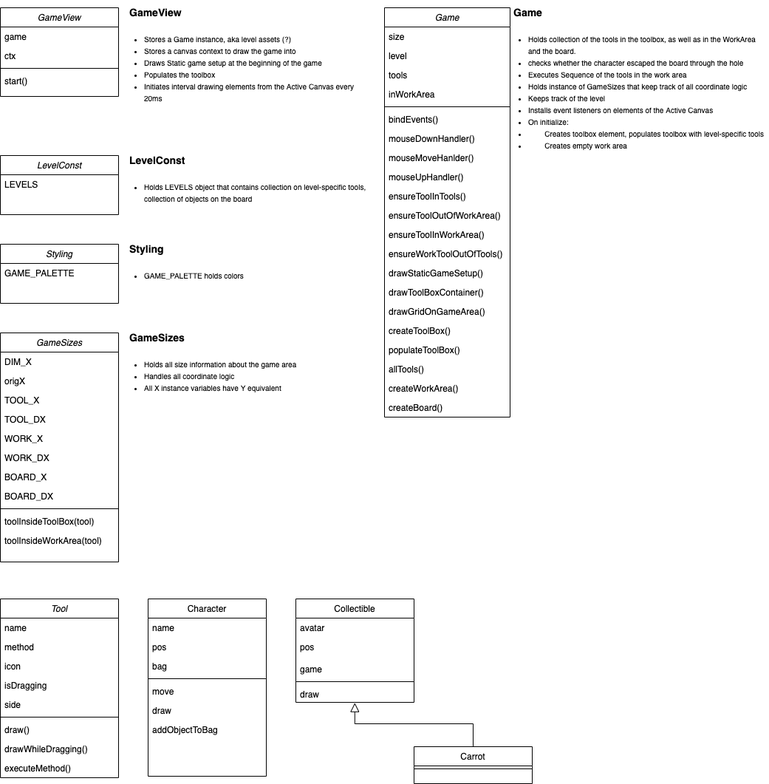
The draw.io diagram design/who_stole_the_apple_class_structure.drawio.png in mariavaghani/who_stole_the_apple, before a commit. Source tidied: cells renumbered, new cells last; positions are measured from the earlier drawing's top-left corner, leaving out a move shared by most shapes.
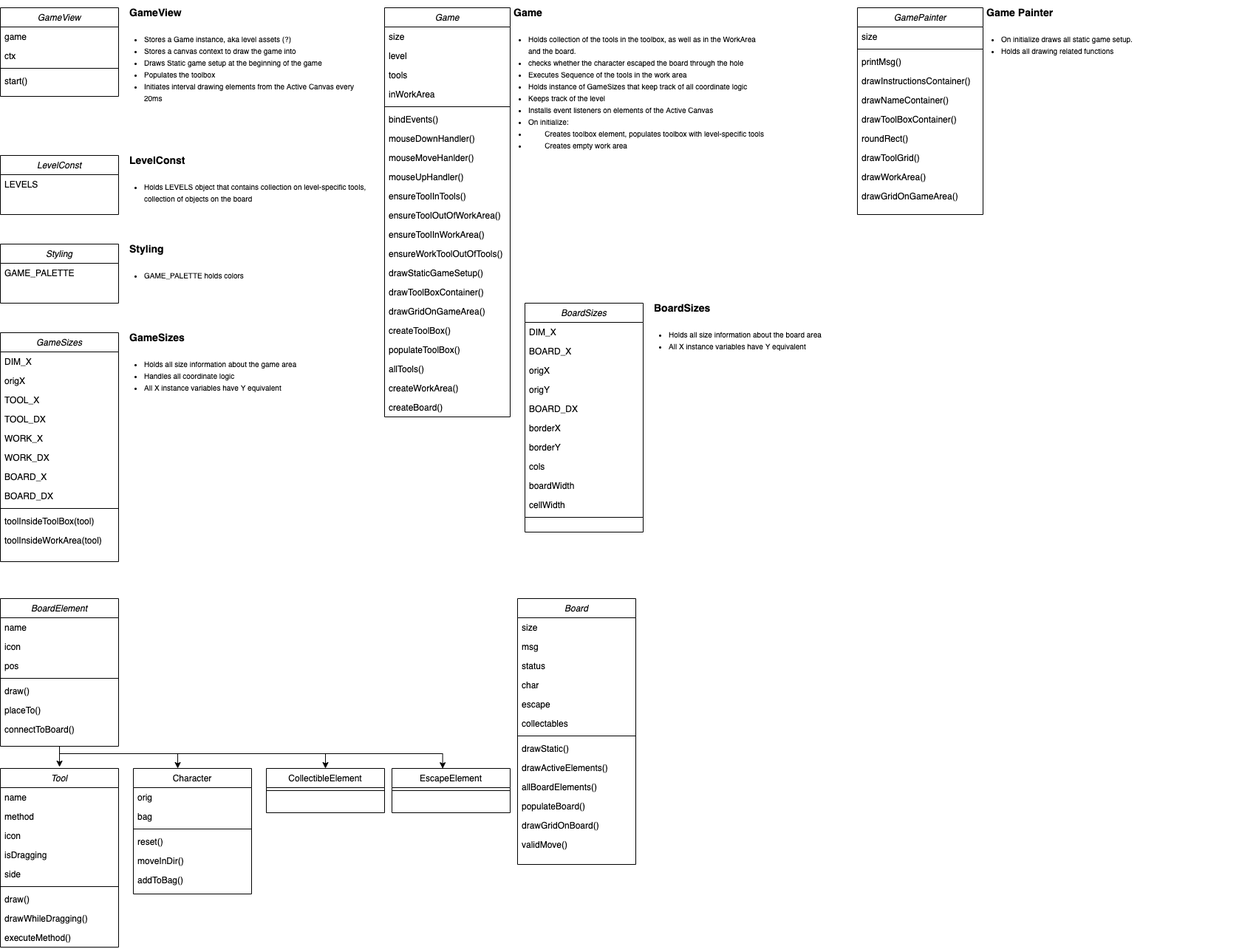
The same diagram one commit later.

Diff of the diagram source:
```diff
@@ -5,27 +5,24 @@
     <mxCell id="2" value="Character" style="swimlane;fontStyle=0;align=center;verticalAlign=top;horizontal=1;startSize=26;rounded=0;shadow=0;strokeWidth=1;" parent="1" vertex="1">
-      <mxGeometry x="200" y="800" width="160" height="240" as="geometry" />
+      <mxGeometry x="180" y="1030" width="160" height="170" as="geometry" />
     </mxCell>
-    <mxCell id="3" value="name" style="text;align=left;verticalAlign=top;spacingLeft=4;spacingRight=4;overflow=hidden;" parent="2" vertex="1">
+    <mxCell id="3" value="orig" style="text;align=left;verticalAlign=top;spacingLeft=4;spacingRight=4;overflow=hidden;" parent="2" vertex="1">
       <mxGeometry y="26" width="160" height="26" as="geometry" />
     </mxCell>
-    <mxCell id="4" value="pos" style="text;align=left;verticalAlign=top;spacingLeft=4;spacingRight=4;overflow=hidden;rounded=0;shadow=0;html=0;" parent="2" vertex="1">
-      <mxGeometry y="52" width="160" height="26" as="geometry" />
-    </mxCell>
     <mxCell id="5" value="bag" style="text;align=left;verticalAlign=top;spacingLeft=4;spacingRight=4;overflow=hidden;rounded=0;shadow=0;html=0;" parent="2" vertex="1">
-      <mxGeometry y="78" width="160" height="26" as="geometry" />
+      <mxGeometry y="52" width="160" height="26" as="geometry" />
     </mxCell>
     <mxCell id="6" style="line;html=1;strokeWidth=1;align=left;verticalAlign=middle;spacingTop=-1;spacingLeft=3;spacingRight=3;labelPosition=right;" parent="2" vertex="1">
-      <mxGeometry y="104" width="160" height="8" as="geometry" />
+      <mxGeometry y="78" width="160" height="8" as="geometry" />
     </mxCell>
-    <mxCell id="7" value="move" style="text;align=left;verticalAlign=top;spacingLeft=4;spacingRight=4;overflow=hidden;" parent="2" vertex="1">
-      <mxGeometry y="112" width="160" height="26" as="geometry" />
+    <mxCell id="7" value="reset()" style="text;align=left;verticalAlign=top;spacingLeft=4;spacingRight=4;overflow=hidden;" parent="2" vertex="1">
+      <mxGeometry y="86" width="160" height="26" as="geometry" />
     </mxCell>
-    <mxCell id="8" value="draw" style="text;align=left;verticalAlign=top;spacingLeft=4;spacingRight=4;overflow=hidden;" parent="2" vertex="1">
-      <mxGeometry y="138" width="160" height="26" as="geometry" />
+    <mxCell id="8" value="moveInDir()" style="text;align=left;verticalAlign=top;spacingLeft=4;spacingRight=4;overflow=hidden;" parent="2" vertex="1">
+      <mxGeometry y="112" width="160" height="26" as="geometry" />
     </mxCell>
-    <mxCell id="9" value="addObjectToBag" style="text;align=left;verticalAlign=top;spacingLeft=4;spacingRight=4;overflow=hidden;" parent="2" vertex="1">
-      <mxGeometry y="164" width="160" height="26" as="geometry" />
+    <mxCell id="9" value="addToBag()" style="text;align=left;verticalAlign=top;spacingLeft=4;spacingRight=4;overflow=hidden;" parent="2" vertex="1">
+      <mxGeometry y="138" width="160" height="26" as="geometry" />
     </mxCell>
     <mxCell id="10" value="Tool" style="swimlane;fontStyle=2;align=center;verticalAlign=top;horizontal=1;startSize=26;rounded=0;shadow=0;strokeWidth=1;" parent="1" vertex="1">
-      <mxGeometry y="800" width="160" height="242" as="geometry" />
+      <mxGeometry y="1030" width="160" height="242" as="geometry" />
     </mxCell>
@@ -58,33 +55,8 @@
     </mxCell>
-    <mxCell id="20" value="Collectible" style="swimlane;fontStyle=0;align=center;verticalAlign=top;horizontal=1;startSize=26;rounded=0;shadow=0;strokeWidth=1;" parent="1" vertex="1">
-      <mxGeometry x="400" y="800" width="160" height="140" as="geometry" />
+    <mxCell id="20" value="CollectibleElement" style="swimlane;fontStyle=0;align=center;verticalAlign=top;horizontal=1;startSize=26;rounded=0;shadow=0;strokeWidth=1;" parent="1" vertex="1">
+      <mxGeometry x="360" y="1030" width="160" height="60" as="geometry" />
     </mxCell>
-    <mxCell id="21" value="avatar" style="text;align=left;verticalAlign=top;spacingLeft=4;spacingRight=4;overflow=hidden;" parent="20" vertex="1">
-      <mxGeometry y="26" width="160" height="26" as="geometry" />
-    </mxCell>
-    <mxCell id="22" value="pos" style="text;align=left;verticalAlign=top;spacingLeft=4;spacingRight=4;overflow=hidden;rounded=0;shadow=0;html=0;" parent="20" vertex="1">
-      <mxGeometry y="52" width="160" height="30" as="geometry" />
-    </mxCell>
-    <mxCell id="23" value="game" style="text;align=left;verticalAlign=top;spacingLeft=4;spacingRight=4;overflow=hidden;" parent="20" vertex="1">
-      <mxGeometry y="82" width="160" height="26" as="geometry" />
-    </mxCell>
     <mxCell id="24" style="line;html=1;strokeWidth=1;align=left;verticalAlign=middle;spacingTop=-1;spacingLeft=3;spacingRight=3;labelPosition=right;" parent="20" vertex="1">
-      <mxGeometry y="108" width="160" height="8" as="geometry" />
+      <mxGeometry y="26" width="160" height="8" as="geometry" />
     </mxCell>
-    <mxCell id="25" value="draw" style="text;align=left;verticalAlign=top;spacingLeft=4;spacingRight=4;overflow=hidden;points=[[0,0.5],[1,0.5]];portConstraint=eastwest;fontStyle=0;strokeColor=none;" parent="20" vertex="1">
-      <mxGeometry y="116" width="160" height="24" as="geometry" />
-    </mxCell>
-    <mxCell id="26" value="Carrot" style="swimlane;fontStyle=0;align=center;verticalAlign=top;horizontal=1;startSize=26;rounded=0;shadow=0;strokeWidth=1;" parent="1" vertex="1">
-      <mxGeometry x="560" y="1000" width="160" height="50" as="geometry" />
-    </mxCell>
-    <mxCell id="27" style="line;html=1;strokeWidth=1;align=left;verticalAlign=middle;spacingTop=-1;spacingLeft=3;spacingRight=3;labelPosition=right;" parent="26" vertex="1">
-      <mxGeometry y="26" width="160" height="8" as="geometry" />
-    </mxCell>
-    <mxCell id="28" style="endArrow=block;endSize=10;endFill=0;shadow=0;strokeWidth=1;rounded=0;edgeStyle=elbowEdgeStyle;elbow=vertical;exitX=0.5;exitY=0;exitDx=0;exitDy=0;entryX=0.499;entryY=1.028;entryDx=0;entryDy=0;entryPerimeter=0;" parent="1" edge="1" source="26" target="25">
-      <mxGeometry relative="1" as="geometry">
-        <Array as="points">
-          <mxPoint x="560" y="969" />
-        </Array>
-      </mxGeometry>
-    </mxCell>
     <mxCell id="29" value="Game" style="swimlane;fontStyle=2;align=center;verticalAlign=top;horizontal=1;startSize=26;rounded=0;shadow=0;strokeWidth=1;" parent="1" vertex="1">
@@ -233,2 +205,184 @@
     </mxCell>
+    <mxCell id="77" style="edgeStyle=orthogonalEdgeStyle;rounded=0;orthogonalLoop=1;jettySize=auto;html=1;" parent="1" edge="1">
+      <mxGeometry relative="1" as="geometry">
+        <mxPoint x="100" y="1000" as="sourcePoint" />
+        <mxPoint x="80" y="1028" as="targetPoint" />
+        <Array as="points">
+          <mxPoint x="80" y="1000" />
+          <mxPoint x="80" y="1028" />
+        </Array>
+      </mxGeometry>
+    </mxCell>
+    <mxCell id="78" style="edgeStyle=orthogonalEdgeStyle;rounded=0;jettySize=auto;html=1;" parent="1" edge="1" source="79" target="2">
+      <mxGeometry relative="1" as="geometry">
+        <Array as="points">
+          <mxPoint x="80" y="1010" />
+          <mxPoint x="240" y="1010" />
+        </Array>
+      </mxGeometry>
+    </mxCell>
+    <mxCell id="79" value="BoardElement" style="swimlane;fontStyle=2;align=center;verticalAlign=top;horizontal=1;startSize=26;rounded=0;shadow=0;strokeWidth=1;" parent="1" vertex="1">
+      <mxGeometry y="800" width="160" height="200" as="geometry" />
+    </mxCell>
+    <mxCell id="80" value="name" style="text;align=left;verticalAlign=top;spacingLeft=4;spacingRight=4;overflow=hidden;" parent="79" vertex="1">
+      <mxGeometry y="26" width="160" height="26" as="geometry" />
+    </mxCell>
+    <mxCell id="81" value="icon" style="text;align=left;verticalAlign=top;spacingLeft=4;spacingRight=4;overflow=hidden;" parent="79" vertex="1">
+      <mxGeometry y="52" width="160" height="26" as="geometry" />
+    </mxCell>
+    <mxCell id="82" value="pos" style="text;align=left;verticalAlign=top;spacingLeft=4;spacingRight=4;overflow=hidden;" parent="79" vertex="1">
+      <mxGeometry y="78" width="160" height="26" as="geometry" />
+    </mxCell>
+    <mxCell id="83" style="line;html=1;strokeWidth=1;align=left;verticalAlign=middle;spacingTop=-1;spacingLeft=3;spacingRight=3;labelPosition=right;" parent="79" vertex="1">
+      <mxGeometry y="104" width="160" height="8" as="geometry" />
+    </mxCell>
+    <mxCell id="84" value="draw()" style="text;align=left;verticalAlign=top;spacingLeft=4;spacingRight=4;overflow=hidden;" parent="79" vertex="1">
+      <mxGeometry y="112" width="160" height="26" as="geometry" />
+    </mxCell>
+    <mxCell id="85" value="placeTo()" style="text;align=left;verticalAlign=top;spacingLeft=4;spacingRight=4;overflow=hidden;" parent="79" vertex="1">
+      <mxGeometry y="138" width="160" height="26" as="geometry" />
+    </mxCell>
+    <mxCell id="86" value="connectToBoard()" style="text;align=left;verticalAlign=top;spacingLeft=4;spacingRight=4;overflow=hidden;" parent="79" vertex="1">
+      <mxGeometry y="164" width="160" height="26" as="geometry" />
+    </mxCell>
+    <mxCell id="87" style="edgeStyle=orthogonalEdgeStyle;rounded=0;orthogonalLoop=1;jettySize=auto;html=1;" parent="1" edge="1">
+      <mxGeometry relative="1" as="geometry">
+        <mxPoint x="80" y="1010" as="sourcePoint" />
+        <mxPoint x="440" y="1030" as="targetPoint" />
+        <Array as="points">
+          <mxPoint x="440" y="1010" />
+        </Array>
+      </mxGeometry>
+    </mxCell>
+    <mxCell id="88" value="BoardSizes" style="swimlane;fontStyle=2;align=center;verticalAlign=top;horizontal=1;startSize=26;rounded=0;shadow=0;strokeWidth=1;" parent="1" vertex="1">
+      <mxGeometry x="710" y="400" width="160" height="310" as="geometry" />
+    </mxCell>
+    <mxCell id="89" value="DIM_X" style="text;align=left;verticalAlign=top;spacingLeft=4;spacingRight=4;overflow=hidden;" parent="88" vertex="1">
+      <mxGeometry y="26" width="160" height="26" as="geometry" />
+    </mxCell>
+    <mxCell id="90" value="BOARD_X" style="text;align=left;verticalAlign=top;spacingLeft=4;spacingRight=4;overflow=hidden;" parent="88" vertex="1">
+      <mxGeometry y="52" width="160" height="26" as="geometry" />
+    </mxCell>
+    <mxCell id="91" value="origX" style="text;align=left;verticalAlign=top;spacingLeft=4;spacingRight=4;overflow=hidden;" parent="88" vertex="1">
+      <mxGeometry y="78" width="160" height="26" as="geometry" />
+    </mxCell>
+    <mxCell id="92" value="origY" style="text;align=left;verticalAlign=top;spacingLeft=4;spacingRight=4;overflow=hidden;" parent="88" vertex="1">
+      <mxGeometry y="104" width="160" height="26" as="geometry" />
+    </mxCell>
+    <mxCell id="93" value="BOARD_DX" style="text;align=left;verticalAlign=top;spacingLeft=4;spacingRight=4;overflow=hidden;" parent="88" vertex="1">
+      <mxGeometry y="130" width="160" height="26" as="geometry" />
+    </mxCell>
+    <mxCell id="94" value="borderX" style="text;align=left;verticalAlign=top;spacingLeft=4;spacingRight=4;overflow=hidden;" parent="88" vertex="1">
+      <mxGeometry y="156" width="160" height="26" as="geometry" />
+    </mxCell>
+    <mxCell id="95" value="borderY" style="text;align=left;verticalAlign=top;spacingLeft=4;spacingRight=4;overflow=hidden;" parent="88" vertex="1">
+      <mxGeometry y="182" width="160" height="26" as="geometry" />
+    </mxCell>
+    <mxCell id="96" value="cols" style="text;align=left;verticalAlign=top;spacingLeft=4;spacingRight=4;overflow=hidden;" parent="88" vertex="1">
+      <mxGeometry y="208" width="160" height="26" as="geometry" />
+    </mxCell>
+    <mxCell id="97" value="boardWidth" style="text;align=left;verticalAlign=top;spacingLeft=4;spacingRight=4;overflow=hidden;" parent="88" vertex="1">
+      <mxGeometry y="234" width="160" height="26" as="geometry" />
+    </mxCell>
+    <mxCell id="98" value="cellWidth" style="text;align=left;verticalAlign=top;spacingLeft=4;spacingRight=4;overflow=hidden;" parent="88" vertex="1">
+      <mxGeometry y="260" width="160" height="26" as="geometry" />
+    </mxCell>
+    <mxCell id="99" style="line;html=1;strokeWidth=1;align=left;verticalAlign=middle;spacingTop=-1;spacingLeft=3;spacingRight=3;labelPosition=right;" parent="88" vertex="1">
+      <mxGeometry y="286" width="160" height="8" as="geometry" />
+    </mxCell>
+    <mxCell id="100" value="&lt;h1 style=&quot;font-size: 14px&quot;&gt;&lt;font style=&quot;font-size: 14px&quot;&gt;BoardSizes&lt;/font&gt;&lt;/h1&gt;&lt;ul style=&quot;margin: 20px auto 40px ; padding: 0px 0px 0px 20px ; border: 0px ; outline: 0px ; font-stretch: inherit ; line-height: 1.6 ; vertical-align: baseline ; list-style-position: outside ; list-style-image: none ; max-width: 700px ; font-size: 10px&quot;&gt;&lt;li style=&quot;background-color: rgb(255 , 255 , 255)&quot;&gt;Holds all size information about the board area&amp;nbsp;&lt;/li&gt;&lt;li style=&quot;background-color: rgb(255 , 255 , 255)&quot;&gt;All X instance variables have Y equivalent&amp;nbsp;&lt;/li&gt;&lt;/ul&gt;" style="text;html=1;strokeColor=none;fillColor=none;spacing=5;spacingTop=-20;whiteSpace=wrap;overflow=hidden;rounded=0;" parent="1" vertex="1">
+      <mxGeometry x="880" y="400" width="330" height="90" as="geometry" />
+    </mxCell>
+    <mxCell id="101" value="Board" style="swimlane;fontStyle=2;align=center;verticalAlign=top;horizontal=1;startSize=26;rounded=0;shadow=0;strokeWidth=1;" parent="1" vertex="1">
+      <mxGeometry x="700" y="800" width="160" height="360" as="geometry" />
+    </mxCell>
+    <mxCell id="102" value="size" style="text;align=left;verticalAlign=top;spacingLeft=4;spacingRight=4;overflow=hidden;" parent="101" vertex="1">
+      <mxGeometry y="26" width="160" height="26" as="geometry" />
+    </mxCell>
+    <mxCell id="103" value="msg" style="text;align=left;verticalAlign=top;spacingLeft=4;spacingRight=4;overflow=hidden;" parent="101" vertex="1">
+      <mxGeometry y="52" width="160" height="26" as="geometry" />
+    </mxCell>
+    <mxCell id="104" value="status" style="text;align=left;verticalAlign=top;spacingLeft=4;spacingRight=4;overflow=hidden;" parent="101" vertex="1">
+      <mxGeometry y="78" width="160" height="26" as="geometry" />
+    </mxCell>
+    <mxCell id="105" value="char" style="text;align=left;verticalAlign=top;spacingLeft=4;spacingRight=4;overflow=hidden;" parent="101" vertex="1">
+      <mxGeometry y="104" width="160" height="26" as="geometry" />
+    </mxCell>
+    <mxCell id="106" value="escape" style="text;align=left;verticalAlign=top;spacingLeft=4;spacingRight=4;overflow=hidden;" parent="101" vertex="1">
+      <mxGeometry y="130" width="160" height="26" as="geometry" />
+    </mxCell>
+    <mxCell id="107" value="collectables" style="text;align=left;verticalAlign=top;spacingLeft=4;spacingRight=4;overflow=hidden;" parent="101" vertex="1">
+      <mxGeometry y="156" width="160" height="26" as="geometry" />
+    </mxCell>
+    <mxCell id="108" style="line;html=1;strokeWidth=1;align=left;verticalAlign=middle;spacingTop=-1;spacingLeft=3;spacingRight=3;labelPosition=right;" parent="101" vertex="1">
+      <mxGeometry y="182" width="160" height="8" as="geometry" />
+    </mxCell>
+    <mxCell id="109" value="drawStatic()" style="text;align=left;verticalAlign=top;spacingLeft=4;spacingRight=4;overflow=hidden;" parent="101" vertex="1">
+      <mxGeometry y="190" width="160" height="26" as="geometry" />
+    </mxCell>
+    <mxCell id="110" value="drawActiveElements()" style="text;align=left;verticalAlign=top;spacingLeft=4;spacingRight=4;overflow=hidden;" parent="101" vertex="1">
+      <mxGeometry y="216" width="160" height="26" as="geometry" />
+    </mxCell>
+    <mxCell id="111" value="allBoardElements()" style="text;align=left;verticalAlign=top;spacingLeft=4;spacingRight=4;overflow=hidden;" parent="101" vertex="1">
+      <mxGeometry y="242" width="160" height="26" as="geometry" />
+    </mxCell>
+    <mxCell id="112" value="populateBoard()" style="text;align=left;verticalAlign=top;spacingLeft=4;spacingRight=4;overflow=hidden;" parent="101" vertex="1">
+      <mxGeometry y="268" width="160" height="26" as="geometry" />
+    </mxCell>
+    <mxCell id="113" value="drawGridOnBoard()" style="text;align=left;verticalAlign=top;spacingLeft=4;spacingRight=4;overflow=hidden;" parent="101" vertex="1">
+      <mxGeometry y="294" width="160" height="26" as="geometry" />
+    </mxCell>
+    <mxCell id="114" value="validMove()" style="text;align=left;verticalAlign=top;spacingLeft=4;spacingRight=4;overflow=hidden;" parent="101" vertex="1">
+      <mxGeometry y="320" width="160" height="26" as="geometry" />
+    </mxCell>
+    <mxCell id="115" value="EscapeElement" style="swimlane;fontStyle=0;align=center;verticalAlign=top;horizontal=1;startSize=26;rounded=0;shadow=0;strokeWidth=1;" parent="1" vertex="1">
+      <mxGeometry x="530" y="1030" width="160" height="60" as="geometry" />
+    </mxCell>
+    <mxCell id="27" style="line;html=1;strokeWidth=1;align=left;verticalAlign=middle;spacingTop=-1;spacingLeft=3;spacingRight=3;labelPosition=right;" parent="115" vertex="1">
+      <mxGeometry y="26" width="160" height="8" as="geometry" />
+    </mxCell>
+    <mxCell id="116" style="edgeStyle=orthogonalEdgeStyle;rounded=0;jettySize=auto;html=1;entryX=0.429;entryY=0.003;entryDx=0;entryDy=0;entryPerimeter=0;" parent="1" edge="1" target="115">
+      <mxGeometry relative="1" as="geometry">
+        <mxPoint x="90" y="1010" as="sourcePoint" />
+        <Array as="points">
+          <mxPoint x="599" y="1010" />
+        </Array>
+      </mxGeometry>
+    </mxCell>
+    <mxCell id="117" value="GamePainter" style="swimlane;fontStyle=2;align=center;verticalAlign=top;horizontal=1;startSize=26;rounded=0;shadow=0;strokeWidth=1;" parent="1" vertex="1">
+      <mxGeometry x="1160" width="170" height="280" as="geometry" />
+    </mxCell>
+    <mxCell id="118" value="size" style="text;align=left;verticalAlign=top;spacingLeft=4;spacingRight=4;overflow=hidden;" parent="117" vertex="1">
+      <mxGeometry y="26" width="170" height="26" as="geometry" />
+    </mxCell>
+    <mxCell id="119" style="line;html=1;strokeWidth=1;align=left;verticalAlign=middle;spacingTop=-1;spacingLeft=3;spacingRight=3;labelPosition=right;" parent="117" vertex="1">
+      <mxGeometry y="52" width="170" height="8" as="geometry" />
+    </mxCell>
+    <mxCell id="120" value="printMsg()" style="text;align=left;verticalAlign=top;spacingLeft=4;spacingRight=4;overflow=hidden;" parent="117" vertex="1">
+      <mxGeometry y="60" width="170" height="26" as="geometry" />
+    </mxCell>
+    <mxCell id="121" value="drawInstructionsContainer()" style="text;align=left;verticalAlign=top;spacingLeft=4;spacingRight=4;overflow=hidden;" parent="117" vertex="1">
+      <mxGeometry y="86" width="170" height="26" as="geometry" />
+    </mxCell>
+    <mxCell id="122" value="drawNameContainer()" style="text;align=left;verticalAlign=top;spacingLeft=4;spacingRight=4;overflow=hidden;" parent="117" vertex="1">
+      <mxGeometry y="112" width="170" height="26" as="geometry" />
+    </mxCell>
+    <mxCell id="123" value="drawToolBoxContainer()" style="text;align=left;verticalAlign=top;spacingLeft=4;spacingRight=4;overflow=hidden;" parent="117" vertex="1">
+      <mxGeometry y="138" width="170" height="26" as="geometry" />
+    </mxCell>
+    <mxCell id="124" value="roundRect()" style="text;align=left;verticalAlign=top;spacingLeft=4;spacingRight=4;overflow=hidden;" parent="117" vertex="1">
+      <mxGeometry y="164" width="170" height="26" as="geometry" />
+    </mxCell>
+    <mxCell id="125" value="drawToolGrid()" style="text;align=left;verticalAlign=top;spacingLeft=4;spacingRight=4;overflow=hidden;" parent="117" vertex="1">
+      <mxGeometry y="190" width="170" height="26" as="geometry" />
+    </mxCell>
+    <mxCell id="126" value="drawWorkArea()" style="text;align=left;verticalAlign=top;spacingLeft=4;spacingRight=4;overflow=hidden;" parent="117" vertex="1">
+      <mxGeometry y="216" width="170" height="26" as="geometry" />
+    </mxCell>
+    <mxCell id="127" value="drawGridOnGameArea()" style="text;align=left;verticalAlign=top;spacingLeft=4;spacingRight=4;overflow=hidden;" parent="117" vertex="1">
+      <mxGeometry y="242" width="170" height="26" as="geometry" />
+    </mxCell>
+    <mxCell id="128" value="&lt;h1 style=&quot;font-size: 14px&quot;&gt;&lt;font style=&quot;font-size: 14px&quot;&gt;Game Painter&lt;/font&gt;&lt;/h1&gt;&lt;ul style=&quot;margin: 20px auto 40px ; padding: 0px 0px 0px 20px ; border: 0px ; outline: 0px ; font-stretch: inherit ; line-height: 1.6 ; vertical-align: baseline ; list-style-position: outside ; list-style-image: none ; max-width: 700px ; font-size: 10px&quot;&gt;&lt;li style=&quot;background-color: rgb(255 , 255 , 255)&quot;&gt;On initialize draws all static game setup.&lt;/li&gt;&lt;li style=&quot;background-color: rgb(255 , 255 , 255)&quot;&gt;Holds all drawing related functions&lt;/li&gt;&lt;/ul&gt;" style="text;html=1;strokeColor=none;fillColor=none;spacing=5;spacingTop=-20;whiteSpace=wrap;overflow=hidden;rounded=0;" parent="1" vertex="1">
+      <mxGeometry x="1330" width="350" height="270" as="geometry" />
+    </mxCell>
   </root>
```
